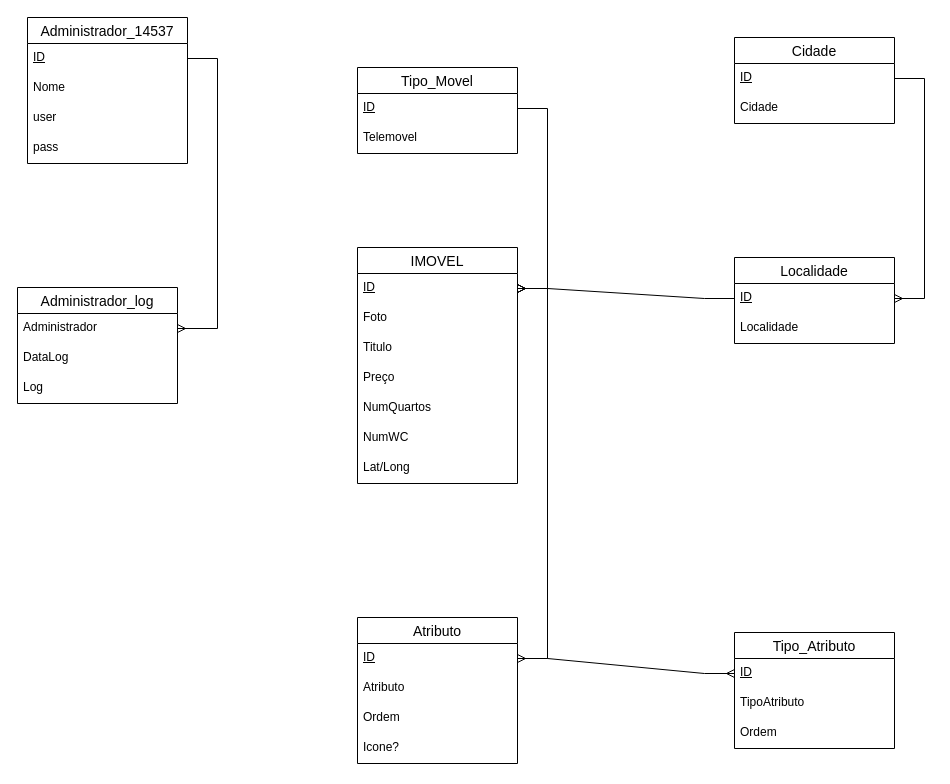
sc6as/diagrama_escolar.drawio keeps this draw.io diagram as 2P-PROG-UFCD-0811-TRABALHO1-14537.drawio. Above is the earlier version. Source tidied: cells renumbered, new cells numbered last; positions are measured from the earlier drawing's top-left corner, leaving out a move shared by most shapes. Both pictures are drawn from the tidied source at 100%, with x=0, y=0 at pixel (17, 17).
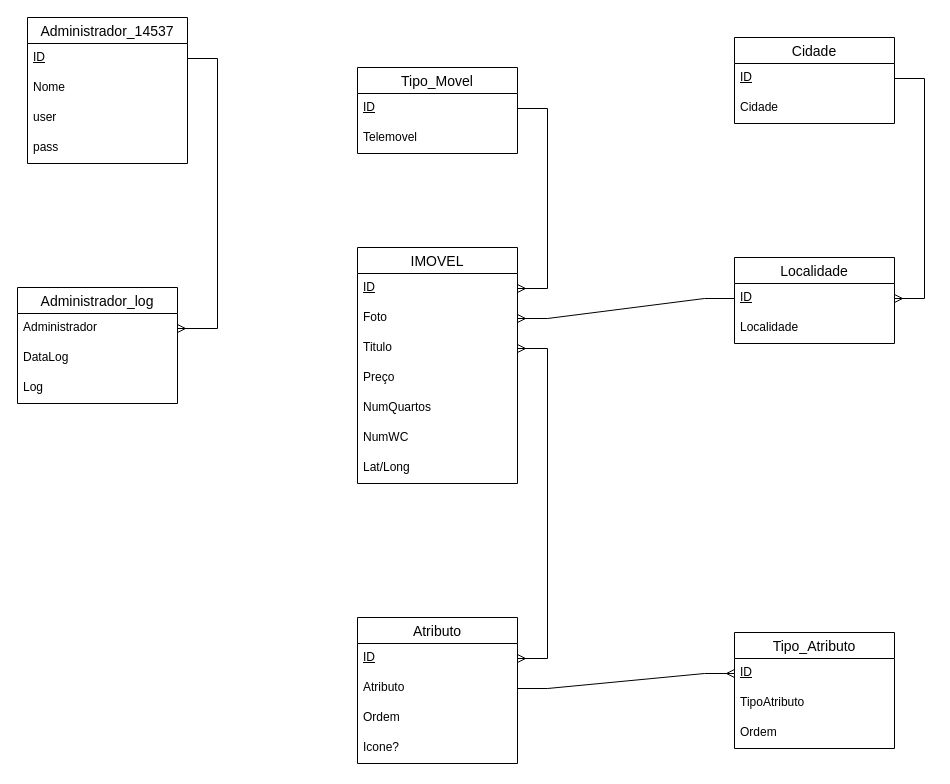
Above is the later version.

Unchanged cells that the change refers to:
```xml
<mxCell id="15" value="&lt;u&gt;ID&lt;/u&gt;" style="text;strokeColor=none;fillColor=none;spacingLeft=4;spacingRight=4;overflow=hidden;points=[[0,0.5],[1,0.5]];portConstraint=eastwest;fontSize=12;whiteSpace=wrap;html=1;" parent="14" vertex="1">
  <mxGeometry y="26" width="160" height="30" as="geometry" />
</mxCell>
<mxCell id="16" value="Foto" style="text;strokeColor=none;fillColor=none;spacingLeft=4;spacingRight=4;overflow=hidden;points=[[0,0.5],[1,0.5]];portConstraint=eastwest;fontSize=12;whiteSpace=wrap;html=1;" parent="14" vertex="1">
  <mxGeometry y="56" width="160" height="30" as="geometry" />
</mxCell>
<mxCell id="17" value="Titulo" style="text;strokeColor=none;fillColor=none;spacingLeft=4;spacingRight=4;overflow=hidden;points=[[0,0.5],[1,0.5]];portConstraint=eastwest;fontSize=12;whiteSpace=wrap;html=1;" parent="14" vertex="1">
  <mxGeometry y="86" width="160" height="30" as="geometry" />
</mxCell>
<mxCell id="23" value="&lt;u&gt;ID&lt;/u&gt;" style="text;strokeColor=none;fillColor=none;spacingLeft=4;spacingRight=4;overflow=hidden;points=[[0,0.5],[1,0.5]];portConstraint=eastwest;fontSize=12;whiteSpace=wrap;html=1;" parent="22" vertex="1">
  <mxGeometry y="26" width="160" height="30" as="geometry" />
</mxCell>
<mxCell id="29" value="&lt;u&gt;ID&lt;/u&gt;" style="text;strokeColor=none;fillColor=none;spacingLeft=4;spacingRight=4;overflow=hidden;points=[[0,0.5],[1,0.5]];portConstraint=eastwest;fontSize=12;whiteSpace=wrap;html=1;" parent="28" vertex="1">
  <mxGeometry y="26" width="160" height="30" as="geometry" />
</mxCell>
<mxCell id="30" value="Atributo" style="text;strokeColor=none;fillColor=none;spacingLeft=4;spacingRight=4;overflow=hidden;points=[[0,0.5],[1,0.5]];portConstraint=eastwest;fontSize=12;whiteSpace=wrap;html=1;" parent="28" vertex="1">
  <mxGeometry y="56" width="160" height="30" as="geometry" />
</mxCell>
<mxCell id="34" value="&lt;u&gt;ID&lt;/u&gt;" style="text;strokeColor=none;fillColor=none;spacingLeft=4;spacingRight=4;overflow=hidden;points=[[0,0.5],[1,0.5]];portConstraint=eastwest;fontSize=12;whiteSpace=wrap;html=1;" parent="33" vertex="1">
  <mxGeometry y="26" width="160" height="30" as="geometry" />
</mxCell>
```

Change to the diagram source:
```diff
@@
-    <mxCell id="39" style="edgeStyle=entityRelationEdgeStyle;fontSize=12;html=1;endArrow=ERmany;startArrow=ERmany;rounded=0;" parent="1" edge="1" source="29" target="15">
+    <mxCell id="39" style="edgeStyle=entityRelationEdgeStyle;fontSize=12;html=1;endArrow=ERmany;startArrow=ERmany;rounded=0;" parent="1" edge="1" source="29" target="17">
       <mxGeometry relative="1" as="geometry" />
     </mxCell>
-    <mxCell id="40" style="edgeStyle=entityRelationEdgeStyle;fontSize=12;html=1;endArrow=ERmany;rounded=0;" parent="1" edge="1" source="29" target="34">
+    <mxCell id="40" style="edgeStyle=entityRelationEdgeStyle;fontSize=12;html=1;endArrow=ERmany;rounded=0;" parent="1" edge="1" source="30" target="34">
       <mxGeometry relative="1" as="geometry" />
     </mxCell>
-    <mxCell id="41" style="edgeStyle=entityRelationEdgeStyle;fontSize=12;html=1;endArrow=ERmany;rounded=0;" parent="1" edge="1" source="23" target="15">
+    <mxCell id="41" style="edgeStyle=entityRelationEdgeStyle;fontSize=12;html=1;endArrow=ERmany;rounded=0;" parent="1" edge="1" source="23" target="16">
       <mxGeometry relative="1" as="geometry" />
     </mxCell>
```
